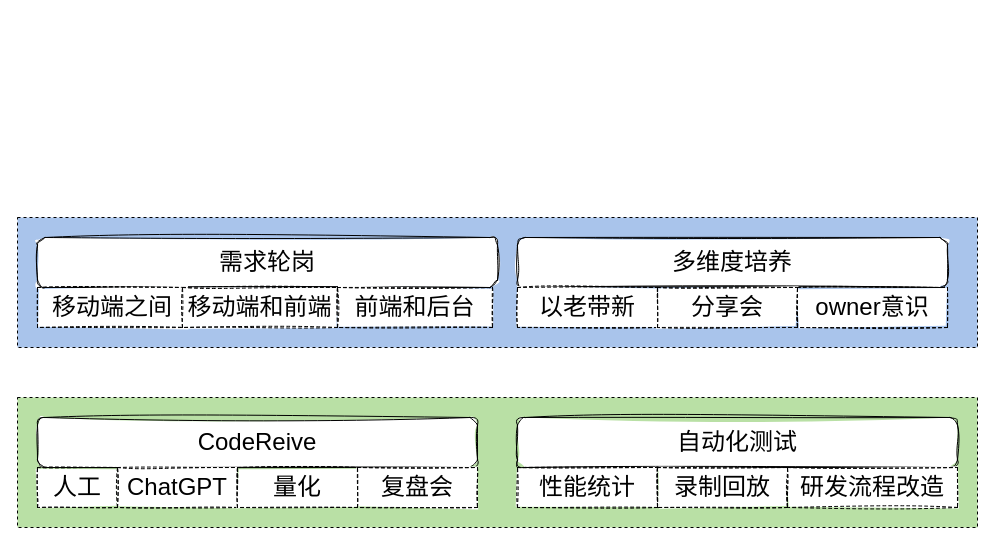
Above: 未命名绘图.drawio in skindhu/AlphaAnimationView (draw.io), before the change. Source tidied: cells renumbered, new cells numbered last; positions are measured from the earlier drawing's top-left corner, leaving out a move shared by most shapes. Both pictures are drawn from the tidied source at 100%, with x=0, y=0 at pixel (17, 217).
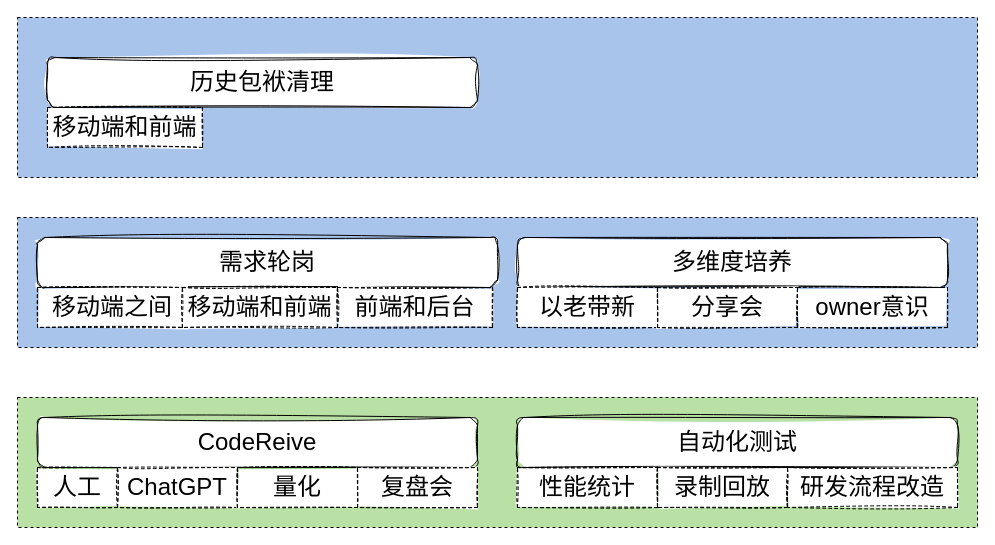
The same diagram, later.

Diff of the diagram source:
```diff
@@
+    <mxCell id="21" style="rounded=0;whiteSpace=wrap;html=1;dashed=1;fillColor=#A9C4EB;" parent="1" vertex="1">
+      <mxGeometry y="-200" width="960" height="160" as="geometry" />
+    </mxCell>
+    <mxCell id="22" value="&lt;span style=&quot;font-size: 24px;&quot;&gt;历史包袱清理&lt;/span&gt;" style="rounded=1;whiteSpace=wrap;html=1;sketch=1;curveFitting=1;jiggle=2;" parent="1" vertex="1">
+      <mxGeometry x="30" y="-160" width="430" height="50" as="geometry" />
+    </mxCell>
+    <mxCell id="23" value="移动端和前端" style="rounded=0;whiteSpace=wrap;html=1;sketch=1;fontSize=24;dashed=1;" parent="1" vertex="1">
+      <mxGeometry x="30" y="-110" width="155" height="40" as="geometry" />
+    </mxCell>
```
